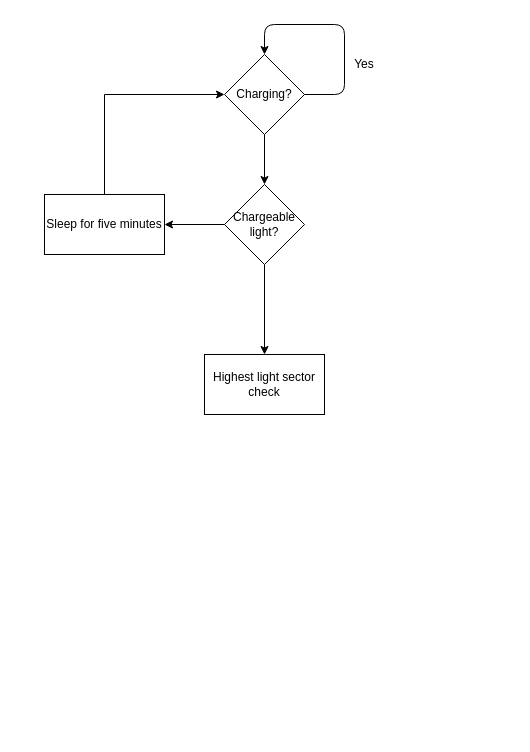
Earlier version of the draw.io diagram solar charging logic.drawio (huangcz3x/mrjadkowski). Source tidied: cells renumbered, new cells numbered last; positions are measured from the earlier drawing's top-left corner, leaving out a move shared by most shapes. Both pictures are drawn from the tidied source at 100%, with x=0, y=0 at pixel (44, 24).
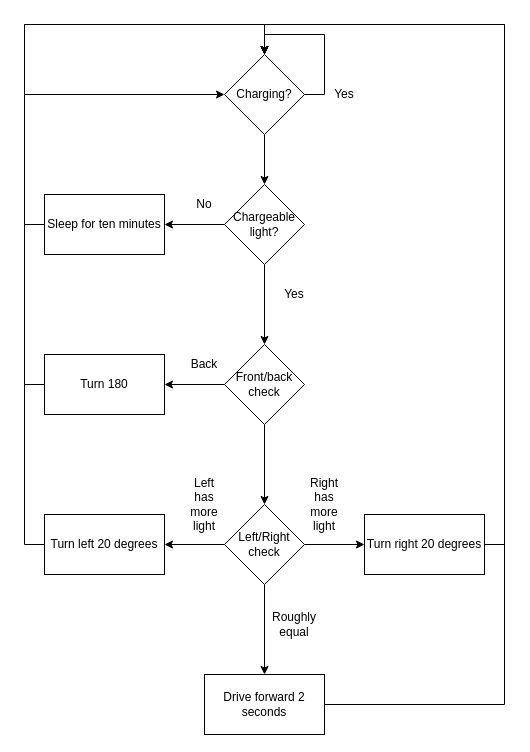
Above is the later version.

The change refers to these unchanged cells:
```xml
<mxCell id="3" value="Charging?" style="rhombus;whiteSpace=wrap;html=1;" parent="1" vertex="1">
  <mxGeometry x="180" y="30" width="80" height="80" as="geometry" />
</mxCell>
<mxCell id="8" value="Chargeable light?" style="rhombus;whiteSpace=wrap;html=1;" parent="1" vertex="1">
  <mxGeometry x="180" y="160" width="80" height="80" as="geometry" />
</mxCell>
```

Diff of the diagram source:
```diff
@@
-    <mxCell id="4" style="endArrow=classic;html=1;exitX=1;exitY=0.5;exitDx=0;exitDy=0;entryX=0.5;entryY=0;entryDx=0;entryDy=0;" parent="1" edge="1" source="3" target="3">
-      <mxGeometry relative="1" as="geometry">
-        <Array as="points">
-          <mxPoint x="300" y="70" />
-          <mxPoint x="300" />
-          <mxPoint x="220" />
-        </Array>
-      </mxGeometry>
-    </mxCell>
     <mxCell id="5" value="Yes" style="text;html=1;strokeColor=none;fillColor=none;align=center;verticalAlign=middle;whiteSpace=wrap;rounded=0;" parent="1" vertex="1">
-      <mxGeometry x="300" y="30" width="40" height="20" as="geometry" />
+      <mxGeometry x="280" y="60" width="40" height="20" as="geometry" />
     </mxCell>
@@
-    <mxCell id="7" style="edgeStyle=orthogonalEdgeStyle;rounded=0;jettySize=auto;html=1;" parent="1" edge="1" source="8" target="11">
-      <mxGeometry relative="1" as="geometry" />
-    </mxCell>
+    <mxCell id="12" style="edgeStyle=orthogonalEdgeStyle;rounded=0;jettySize=auto;html=1;" parent="1" edge="1" source="8" target="15">
+      <mxGeometry relative="1" as="geometry" />
+    </mxCell>
@@
-    <mxCell id="9" style="edgeStyle=orthogonalEdgeStyle;rounded=0;jettySize=auto;html=1;exitX=0.5;exitY=0;exitDx=0;exitDy=0;entryX=0;entryY=0.5;entryDx=0;entryDy=0;" parent="1" edge="1" source="10" target="3">
+    <mxCell id="9" style="edgeStyle=orthogonalEdgeStyle;rounded=0;jettySize=auto;html=1;exitX=0;exitY=0.5;exitDx=0;exitDy=0;entryX=0;entryY=0.5;entryDx=0;entryDy=0;" parent="1" edge="1" source="10" target="3">
       <mxGeometry relative="1" as="geometry" />
     </mxCell>
-    <mxCell id="10" value="Sleep for five minutes" style="whiteSpace=wrap;html=1;" parent="1" vertex="1">
+    <mxCell id="10" value="Sleep for ten minutes" style="whiteSpace=wrap;html=1;" parent="1" vertex="1">
       <mxGeometry y="170" width="120" height="60" as="geometry" />
     </mxCell>
-    <mxCell id="11" value="Highest light sector check" style="whiteSpace=wrap;html=1;" parent="1" vertex="1">
-      <mxGeometry x="160" y="330" width="120" height="60" as="geometry" />
-    </mxCell>
+    <mxCell id="13" style="edgeStyle=orthogonalEdgeStyle;rounded=0;jettySize=auto;html=1;" parent="1" edge="1" source="15" target="17">
+      <mxGeometry relative="1" as="geometry" />
+    </mxCell>
+    <mxCell id="14" style="edgeStyle=orthogonalEdgeStyle;rounded=0;jettySize=auto;html=1;" parent="1" edge="1" source="15" target="24">
+      <mxGeometry relative="1" as="geometry" />
+    </mxCell>
+    <mxCell id="15" value="Front/back check" style="rhombus;whiteSpace=wrap;html=1;" parent="1" vertex="1">
+      <mxGeometry x="180" y="320" width="80" height="80" as="geometry" />
+    </mxCell>
+    <mxCell id="16" style="edgeStyle=orthogonalEdgeStyle;rounded=0;jettySize=auto;html=1;exitX=0;exitY=0.5;exitDx=0;exitDy=0;entryX=0.5;entryY=0;entryDx=0;entryDy=0;" parent="1" edge="1" source="17" target="3">
+      <mxGeometry relative="1" as="geometry">
+        <Array as="points">
+          <mxPoint x="-20" y="360" />
+          <mxPoint x="-20" />
+          <mxPoint x="220" />
+        </Array>
+      </mxGeometry>
+    </mxCell>
+    <mxCell id="17" value="Turn 180" style="whiteSpace=wrap;html=1;" parent="1" vertex="1">
+      <mxGeometry y="330" width="120" height="60" as="geometry" />
+    </mxCell>
+    <mxCell id="4" style="edgeStyle=orthogonalEdgeStyle;rounded=0;orthogonalLoop=1;jettySize=auto;html=1;exitX=1;exitY=0.5;exitDx=0;exitDy=0;entryX=0.5;entryY=0;entryDx=0;entryDy=0;" parent="1" edge="1" source="3" target="3">
+      <mxGeometry relative="1" as="geometry">
+        <Array as="points">
+          <mxPoint x="280" y="70" />
+          <mxPoint x="280" y="10" />
+          <mxPoint x="220" y="10" />
+        </Array>
+      </mxGeometry>
+    </mxCell>
+    <mxCell id="18" value="No" style="text;html=1;strokeColor=none;fillColor=none;align=center;verticalAlign=middle;whiteSpace=wrap;rounded=0;" parent="1" vertex="1">
+      <mxGeometry x="140" y="170" width="40" height="20" as="geometry" />
+    </mxCell>
+    <mxCell id="19" value="Yes" style="text;html=1;strokeColor=none;fillColor=none;align=center;verticalAlign=middle;whiteSpace=wrap;rounded=0;" parent="1" vertex="1">
+      <mxGeometry x="230" y="260" width="40" height="20" as="geometry" />
+    </mxCell>
+    <mxCell id="20" value="Back" style="text;html=1;strokeColor=none;fillColor=none;align=center;verticalAlign=middle;whiteSpace=wrap;rounded=0;" parent="1" vertex="1">
+      <mxGeometry x="140" y="330" width="40" height="20" as="geometry" />
+    </mxCell>
+    <mxCell id="21" style="edgeStyle=orthogonalEdgeStyle;rounded=0;jettySize=auto;html=1;" parent="1" edge="1" source="24" target="26">
+      <mxGeometry relative="1" as="geometry" />
+    </mxCell>
+    <mxCell id="22" style="edgeStyle=orthogonalEdgeStyle;rounded=0;jettySize=auto;html=1;" parent="1" edge="1" source="24" target="28">
+      <mxGeometry relative="1" as="geometry" />
+    </mxCell>
+    <mxCell id="23" style="edgeStyle=orthogonalEdgeStyle;rounded=0;jettySize=auto;html=1;" parent="1" edge="1" source="24" target="30">
+      <mxGeometry relative="1" as="geometry" />
+    </mxCell>
+    <mxCell id="24" value="Left/Right check" style="rhombus;whiteSpace=wrap;html=1;" parent="1" vertex="1">
+      <mxGeometry x="180" y="480" width="80" height="80" as="geometry" />
+    </mxCell>
+    <mxCell id="25" style="edgeStyle=orthogonalEdgeStyle;rounded=0;jettySize=auto;html=1;exitX=0;exitY=0.5;exitDx=0;exitDy=0;entryX=0.5;entryY=0;entryDx=0;entryDy=0;" parent="1" edge="1" source="26" target="3">
+      <mxGeometry relative="1" as="geometry">
+        <Array as="points">
+          <mxPoint x="-20" y="520" />
+          <mxPoint x="-20" />
+          <mxPoint x="220" />
+        </Array>
+      </mxGeometry>
+    </mxCell>
+    <mxCell id="26" value="Turn left 20 degrees" style="whiteSpace=wrap;html=1;" parent="1" vertex="1">
+      <mxGeometry y="490" width="120" height="60" as="geometry" />
+    </mxCell>
+    <mxCell id="27" style="edgeStyle=orthogonalEdgeStyle;rounded=0;jettySize=auto;html=1;exitX=1;exitY=0.5;exitDx=0;exitDy=0;entryX=0.5;entryY=0;entryDx=0;entryDy=0;" parent="1" edge="1" source="28" target="3">
+      <mxGeometry relative="1" as="geometry">
+        <Array as="points">
+          <mxPoint x="460" y="520" />
+          <mxPoint x="460" />
+          <mxPoint x="220" />
+        </Array>
+      </mxGeometry>
+    </mxCell>
+    <mxCell id="28" value="Turn right 20 degrees" style="whiteSpace=wrap;html=1;" parent="1" vertex="1">
+      <mxGeometry x="320" y="490" width="120" height="60" as="geometry" />
+    </mxCell>
+    <mxCell id="29" style="edgeStyle=orthogonalEdgeStyle;rounded=0;jettySize=auto;html=1;exitX=1;exitY=0.5;exitDx=0;exitDy=0;entryX=0.5;entryY=0;entryDx=0;entryDy=0;" parent="1" edge="1" source="30" target="3">
+      <mxGeometry relative="1" as="geometry">
+        <Array as="points">
+          <mxPoint x="460" y="680" />
+          <mxPoint x="460" />
+          <mxPoint x="220" />
+        </Array>
+      </mxGeometry>
+    </mxCell>
+    <mxCell id="30" value="Drive forward 2 seconds" style="whiteSpace=wrap;html=1;" parent="1" vertex="1">
+      <mxGeometry x="160" y="650" width="120" height="60" as="geometry" />
+    </mxCell>
+    <mxCell id="31" value="Left has more light" style="text;html=1;strokeColor=none;fillColor=none;align=center;verticalAlign=middle;whiteSpace=wrap;rounded=0;" parent="1" vertex="1">
+      <mxGeometry x="140" y="470" width="40" height="20" as="geometry" />
+    </mxCell>
+    <mxCell id="32" value="Right has more light" style="text;html=1;strokeColor=none;fillColor=none;align=center;verticalAlign=middle;whiteSpace=wrap;rounded=0;" parent="1" vertex="1">
+      <mxGeometry x="260" y="470" width="40" height="20" as="geometry" />
+    </mxCell>
+    <mxCell id="33" value="Roughly equal" style="text;html=1;strokeColor=none;fillColor=none;align=center;verticalAlign=middle;whiteSpace=wrap;rounded=0;" parent="1" vertex="1">
+      <mxGeometry x="230" y="590" width="40" height="20" as="geometry" />
+    </mxCell>
```
